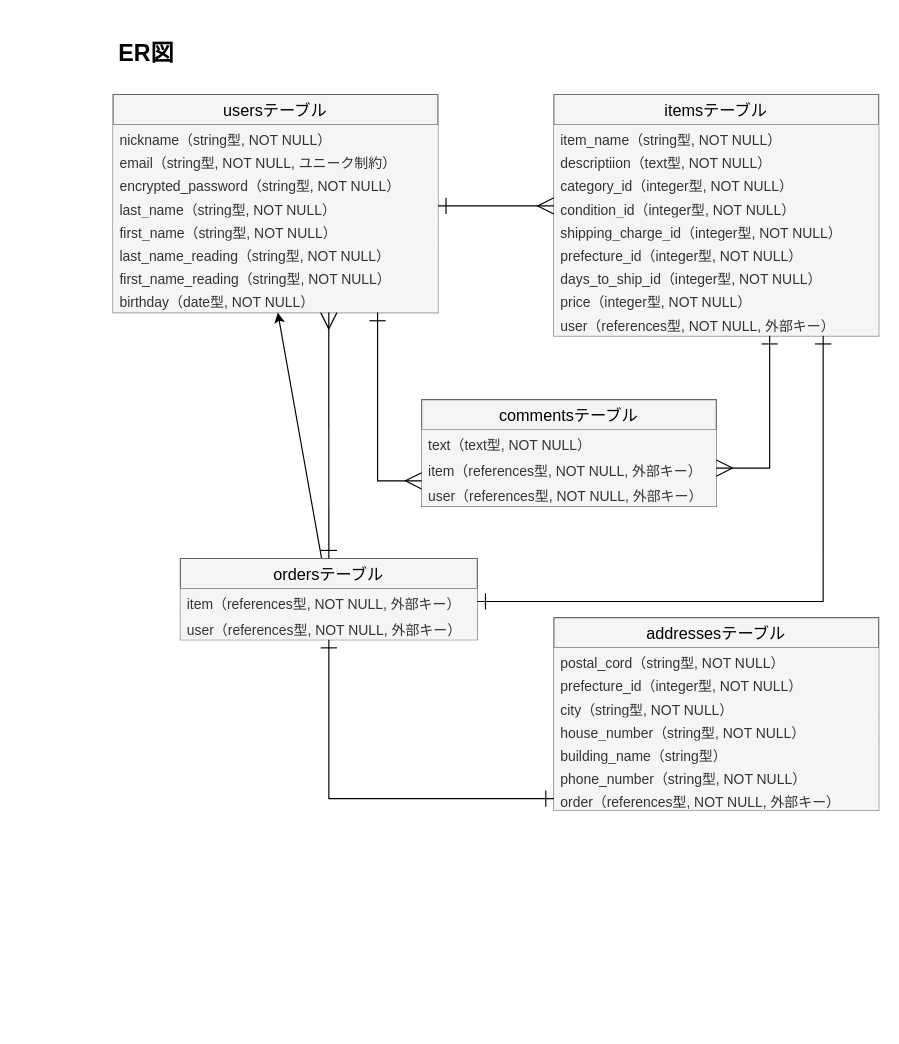
This is test.dio from yassboss/furima-37030, a draw.io file, before an edit. Source tidied: cells renumbered, new cells numbered last; positions are measured from the earlier drawing's top-left corner, leaving out a move shared by most shapes. Both pictures are drawn from the tidied source at 116%, with x=0, y=0 at pixel (113, 36).
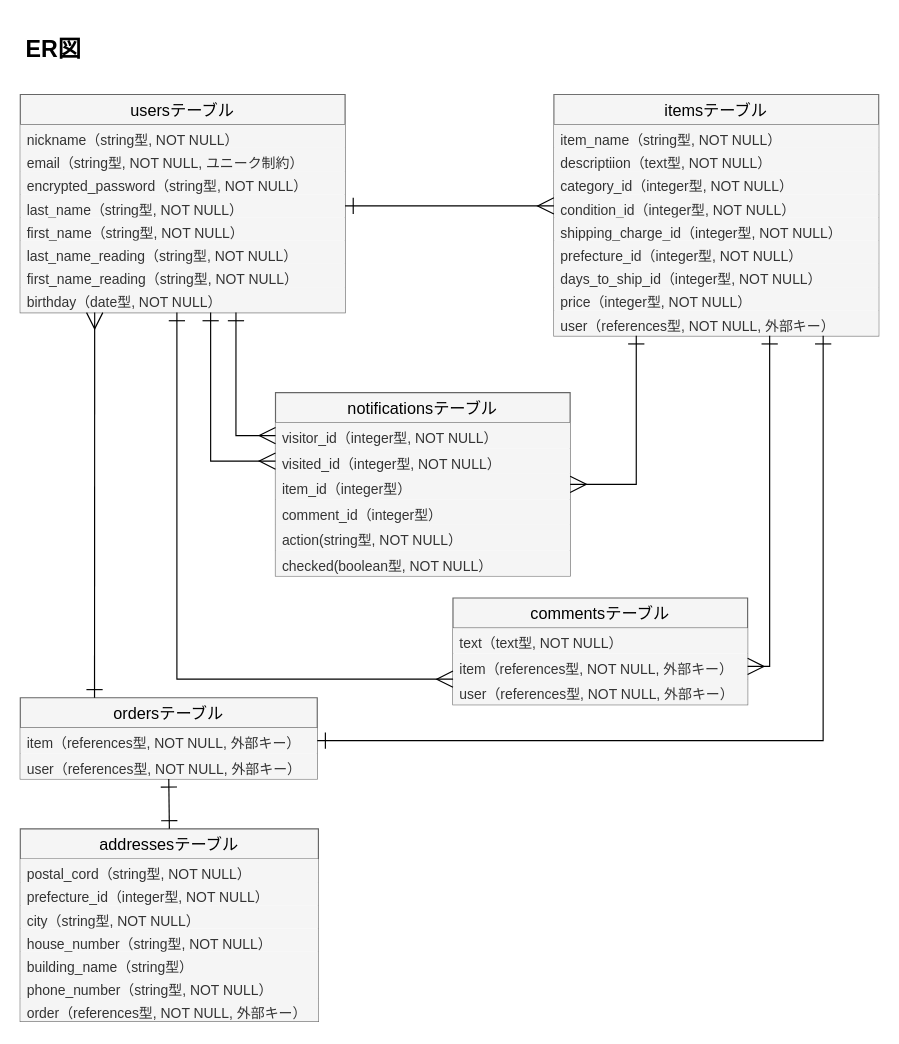
After the change.

Unchanged cells that the change refers to:
```xml
<mxCell id="11" value="user（references型, NOT NULL, 外部キー）" style="text;fillColor=#f5f5f5;spacingLeft=4;spacingRight=4;overflow=hidden;points=[[0,0.5],[1,0.5]];portConstraint=eastwest;fontSize=12;fontColor=#333333;" parent="2" vertex="1">
  <mxGeometry y="186" width="280" height="22" as="geometry" />
</mxCell>
<mxCell id="20" value="birthday（date型, NOT NULL）" style="text;fillColor=#f5f5f5;spacingLeft=4;spacingRight=4;overflow=hidden;points=[[0,0.5],[1,0.5]];portConstraint=eastwest;fontSize=12;fontColor=#333333;" parent="12" vertex="1">
  <mxGeometry y="166" width="280" height="22" as="geometry" />
</mxCell>
<mxCell id="23" value="item（references型, NOT NULL, 外部キー）" style="text;spacingLeft=4;spacingRight=4;overflow=hidden;points=[[0,0.5],[1,0.5]];portConstraint=eastwest;fontSize=12;fillColor=#f5f5f5;fontColor=#333333;" parent="22" vertex="1">
  <mxGeometry y="26" width="256" height="22" as="geometry" />
</mxCell>
<mxCell id="24" value="user（references型, NOT NULL, 外部キー）" style="text;fillColor=#f5f5f5;spacingLeft=4;spacingRight=4;overflow=hidden;points=[[0,0.5],[1,0.5]];portConstraint=eastwest;fontSize=12;fontColor=#333333;" parent="22" vertex="1">
  <mxGeometry y="48" width="256" height="22" as="geometry" />
</mxCell>
<mxCell id="40" value="item（references型, NOT NULL, 外部キー）" style="text;spacingLeft=4;spacingRight=4;overflow=hidden;points=[[0,0.5],[1,0.5]];portConstraint=eastwest;fontSize=12;fillColor=#f5f5f5;fontColor=#333333;" parent="38" vertex="1">
  <mxGeometry y="48" width="254" height="22" as="geometry" />
</mxCell>
```

What changed in the source:
```diff
@@
     <mxCell id="12" value="usersテーブル" style="swimlane;fontStyle=0;horizontal=1;startSize=26;align=center;fontSize=14;fillColor=#f5f5f5;strokeColor=#666666;fontColor=#000000;" parent="1" vertex="1">
-      <mxGeometry y="50" width="280" height="188" as="geometry" />
+      <mxGeometry x="-80" y="50" width="280" height="188" as="geometry" />
     </mxCell>
@@
-    <mxCell id="21" style="edgeStyle=none;html=1;" parent="1" edge="1" source="22" target="20">
-      <mxGeometry relative="1" as="geometry" />
-    </mxCell>
     <mxCell id="22" value="ordersテーブル" style="swimlane;fontStyle=0;horizontal=1;startSize=26;align=center;fontSize=14;fillColor=#f5f5f5;strokeColor=#666666;fontColor=#000000;" parent="1" vertex="1">
-      <mxGeometry x="58" y="450" width="256" height="70" as="geometry" />
+      <mxGeometry x="-80" y="570" width="256" height="70" as="geometry" />
     </mxCell>
@@
     <mxCell id="25" value="addressesテーブル" style="swimlane;fontStyle=0;horizontal=1;startSize=26;align=center;fontSize=14;fillColor=#f5f5f5;strokeColor=#666666;fontColor=#000000;" parent="1" vertex="1">
-      <mxGeometry x="380" y="501" width="280" height="166" as="geometry" />
+      <mxGeometry x="-80" y="683" width="257" height="166" as="geometry" />
     </mxCell>
     <mxCell id="26" value="postal_cord（string型, NOT NULL）" style="text;fillColor=#f5f5f5;spacingLeft=4;spacingRight=4;overflow=hidden;fontSize=12;fontColor=#333333;" parent="25" vertex="1">
-      <mxGeometry y="26" width="280" height="20" as="geometry" />
+      <mxGeometry y="26" width="257" height="20" as="geometry" />
     </mxCell>
     <mxCell id="27" value="prefecture_id（integer型, NOT NULL）" style="text;fillColor=#f5f5f5;spacingLeft=4;spacingRight=4;overflow=hidden;fontSize=12;fontColor=#333333;" parent="25" vertex="1">
-      <mxGeometry y="46" width="280" height="20" as="geometry" />
+      <mxGeometry y="46" width="257" height="20" as="geometry" />
     </mxCell>
     <mxCell id="28" value="city（string型, NOT NULL）" style="text;fillColor=#f5f5f5;spacingLeft=4;spacingRight=4;overflow=hidden;fontSize=12;fontColor=#333333;" parent="25" vertex="1">
-      <mxGeometry y="66" width="280" height="20" as="geometry" />
+      <mxGeometry y="66" width="257" height="20" as="geometry" />
     </mxCell>
     <mxCell id="29" value="house_number（string型, NOT NULL）" style="text;fillColor=#f5f5f5;spacingLeft=4;spacingRight=4;overflow=hidden;fontSize=12;fontColor=#333333;" parent="25" vertex="1">
-      <mxGeometry y="86" width="280" height="20" as="geometry" />
+      <mxGeometry y="86" width="257" height="20" as="geometry" />
     </mxCell>
     <mxCell id="30" value="building_name（string型）" style="text;fillColor=#f5f5f5;spacingLeft=4;spacingRight=4;overflow=hidden;fontSize=12;fontColor=#333333;" parent="25" vertex="1">
-      <mxGeometry y="106" width="280" height="20" as="geometry" />
+      <mxGeometry y="106" width="257" height="20" as="geometry" />
     </mxCell>
     <mxCell id="31" value="phone_number（string型, NOT NULL）" style="text;fillColor=#f5f5f5;spacingLeft=4;spacingRight=4;overflow=hidden;fontSize=12;fontColor=#333333;" parent="25" vertex="1">
-      <mxGeometry y="126" width="280" height="20" as="geometry" />
+      <mxGeometry y="126" width="257" height="20" as="geometry" />
     </mxCell>
     <mxCell id="32" value="order（references型, NOT NULL, 外部キー）" style="text;fillColor=#f5f5f5;spacingLeft=4;spacingRight=4;overflow=hidden;points=[[0,0.5],[1,0.5]];portConstraint=eastwest;fontSize=12;fontColor=#333333;" parent="25" vertex="1">
-      <mxGeometry y="146" width="280" height="20" as="geometry" />
+      <mxGeometry y="146" width="257" height="20" as="geometry" />
     </mxCell>
@@
-    <mxCell id="34" style="fontSize=12;html=1;endArrow=ERone;endFill=0;startSize=12;endSize=12;strokeWidth=1;startArrow=ERone;startFill=0;labelBorderColor=#000000;strokeColor=#000000;edgeStyle=orthogonalEdgeStyle;rounded=0;exitX=0;exitY=0.5;exitDx=0;exitDy=0;" parent="1" edge="1" source="32" target="24">
+    <mxCell id="34" style="fontSize=12;html=1;endArrow=ERone;endFill=0;startSize=12;endSize=12;strokeWidth=1;startArrow=ERone;startFill=0;labelBorderColor=#000000;strokeColor=#000000;edgeStyle=orthogonalEdgeStyle;rounded=0;exitX=0.5;exitY=0;exitDx=0;exitDy=0;entryX=0.5;entryY=1;entryDx=0;entryDy=0;" parent="1" edge="1" source="25" target="22">
       <mxGeometry relative="1" as="geometry">
         <Array as="points">
-          <mxPoint x="186" y="657" />
+          <mxPoint x="48" y="683" />
         </Array>
       </mxGeometry>
     </mxCell>
     <mxCell id="35" style="fontSize=12;html=1;endArrow=ERone;endFill=0;startSize=12;endSize=12;strokeWidth=1;rounded=0;startArrow=ERone;startFill=0;entryX=0.829;entryY=1;entryDx=0;entryDy=0;entryPerimeter=0;exitX=1;exitY=0.5;exitDx=0;exitDy=0;labelBackgroundColor=#000000;strokeColor=#000000;edgeStyle=orthogonalEdgeStyle;" parent="1" edge="1" source="23" target="11">
       <mxGeometry relative="1" as="geometry">
         <Array as="points">
-          <mxPoint x="612" y="487" />
+          <mxPoint x="612" y="607" />
         </Array>
       </mxGeometry>
     </mxCell>
     <mxCell id="36" value="&lt;h1 style=&quot;font-size: 20px&quot;&gt;ER図&lt;/h1&gt;" style="text;html=1;strokeColor=none;fillColor=none;spacing=5;spacingTop=-20;whiteSpace=wrap;overflow=hidden;rounded=0;fontColor=#000000;" parent="1" vertex="1">
-      <mxGeometry width="220" height="40" as="geometry" />
+      <mxGeometry x="-80" y="-4" width="220" height="40" as="geometry" />
     </mxCell>
-    <mxCell id="37" style="fontSize=12;html=1;endArrow=ERmany;rounded=0;entryX=0.664;entryY=1;entryDx=0;entryDy=0;endFill=0;startArrow=ERone;startFill=0;strokeColor=#000000;strokeWidth=1;endSize=12;startSize=12;entryPerimeter=0;" parent="1" edge="1" source="22" target="20">
+    <mxCell id="37" style="fontSize=12;html=1;endArrow=ERmany;rounded=0;entryX=0.229;entryY=1;entryDx=0;entryDy=0;endFill=0;startArrow=ERone;startFill=0;strokeColor=#000000;strokeWidth=1;endSize=12;startSize=12;entryPerimeter=0;exitX=0.25;exitY=0;exitDx=0;exitDy=0;" parent="1" edge="1" source="22" target="20">
       <mxGeometry relative="1" as="geometry" />
     </mxCell>
     <mxCell id="38" value="commentsテーブル" style="swimlane;fontStyle=0;horizontal=1;startSize=26;align=center;fontSize=14;fillColor=#f5f5f5;strokeColor=#666666;fontColor=#000000;" parent="1" vertex="1">
-      <mxGeometry x="266" y="313" width="254" height="92" as="geometry" />
+      <mxGeometry x="293" y="484" width="254" height="92" as="geometry" />
     </mxCell>
@@
-    <mxCell id="43" style="edgeStyle=orthogonalEdgeStyle;fontSize=12;html=1;endArrow=ERmany;rounded=0;endFill=0;strokeWidth=1;endSize=12;strokeColor=#000000;startArrow=ERone;startFill=0;startSize=12;entryX=0;entryY=1;entryDx=0;entryDy=0;entryPerimeter=0;" parent="1" edge="1" source="20" target="40">
+    <mxCell id="43" style="edgeStyle=orthogonalEdgeStyle;fontSize=12;html=1;endArrow=ERmany;rounded=0;endFill=0;strokeWidth=1;endSize=12;strokeColor=#000000;startArrow=ERone;startFill=0;startSize=12;entryX=0;entryY=1;entryDx=0;entryDy=0;entryPerimeter=0;" parent="1" edge="1" target="40">
       <mxGeometry relative="1" as="geometry">
+        <mxPoint x="55" y="238" as="sourcePoint" />
         <Array as="points">
-          <mxPoint x="228" y="383" />
+          <mxPoint x="55" y="554" />
         </Array>
       </mxGeometry>
     </mxCell>
+    <mxCell id="44" value="notificationsテーブル" style="swimlane;fontStyle=0;horizontal=1;startSize=26;align=center;fontSize=14;fillColor=#f5f5f5;strokeColor=#666666;fontColor=#000000;" parent="1" vertex="1">
+      <mxGeometry x="140" y="307" width="254" height="158" as="geometry" />
+    </mxCell>
+    <mxCell id="45" value="visitor_id（integer型, NOT NULL）" style="text;spacingLeft=4;spacingRight=4;overflow=hidden;points=[[0,0.5],[1,0.5]];portConstraint=eastwest;fontSize=12;fillColor=#f5f5f5;fontColor=#333333;" parent="44" vertex="1">
+      <mxGeometry y="26" width="254" height="22" as="geometry" />
+    </mxCell>
+    <mxCell id="46" value="visited_id（integer型, NOT NULL）" style="text;spacingLeft=4;spacingRight=4;overflow=hidden;points=[[0,0.5],[1,0.5]];portConstraint=eastwest;fontSize=12;fillColor=#f5f5f5;fontColor=#333333;" parent="44" vertex="1">
+      <mxGeometry y="48" width="254" height="22" as="geometry" />
+    </mxCell>
+    <mxCell id="47" value="item_id（integer型）" style="text;spacingLeft=4;spacingRight=4;overflow=hidden;fontSize=12;fillColor=#f5f5f5;fontColor=#333333;" parent="44" vertex="1">
+      <mxGeometry y="70" width="254" height="22" as="geometry" />
+    </mxCell>
+    <mxCell id="48" value="comment_id（integer型）" style="text;fillColor=#f5f5f5;spacingLeft=4;spacingRight=4;overflow=hidden;fontSize=12;fontColor=#333333;" parent="44" vertex="1">
+      <mxGeometry y="92" width="254" height="22" as="geometry" />
+    </mxCell>
+    <mxCell id="49" value="action(string型, NOT NULL）" style="text;fillColor=#f5f5f5;spacingLeft=4;spacingRight=4;overflow=hidden;fontSize=12;fontColor=#333333;" parent="44" vertex="1">
+      <mxGeometry y="114" width="254" height="22" as="geometry" />
+    </mxCell>
+    <mxCell id="50" value="checked(boolean型, NOT NULL）" style="text;fillColor=#f5f5f5;spacingLeft=4;spacingRight=4;overflow=hidden;fontSize=12;fontColor=#333333;" parent="44" vertex="1">
+      <mxGeometry y="136" width="254" height="22" as="geometry" />
+    </mxCell>
+    <mxCell id="51" style="edgeStyle=orthogonalEdgeStyle;fontSize=12;html=1;endArrow=ERmany;startArrow=ERone;endFill=0;startFill=0;strokeWidth=1;endSize=12;startSize=12;rounded=0;labelBorderColor=#000000;strokeColor=#000000;exitX=0.664;exitY=1;exitDx=0;exitDy=0;exitPerimeter=0;entryX=0;entryY=0.5;entryDx=0;entryDy=0;" parent="1" edge="1" source="20" target="45">
+      <mxGeometry relative="1" as="geometry">
+        <Array as="points">
+          <mxPoint x="106" y="344" />
+        </Array>
+      </mxGeometry>
+    </mxCell>
+    <mxCell id="52" style="edgeStyle=orthogonalEdgeStyle;fontSize=12;html=1;endArrow=ERmany;startArrow=ERone;endFill=0;startFill=0;strokeWidth=1;endSize=12;startSize=12;rounded=0;labelBorderColor=#000000;strokeColor=#000000;exitX=0.586;exitY=1;exitDx=0;exitDy=0;exitPerimeter=0;entryX=0;entryY=0.5;entryDx=0;entryDy=0;" parent="1" edge="1" source="20" target="46">
+      <mxGeometry relative="1" as="geometry">
+        <Array as="points">
+          <mxPoint x="84" y="366" />
+        </Array>
+      </mxGeometry>
+    </mxCell>
+    <mxCell id="53" style="edgeStyle=orthogonalEdgeStyle;fontSize=12;html=1;endArrow=ERmany;startArrow=ERone;endFill=0;startFill=0;strokeWidth=1;endSize=12;startSize=12;rounded=0;labelBorderColor=#000000;strokeColor=#000000;entryX=1;entryY=0.5;entryDx=0;entryDy=0;" parent="1" edge="1" source="11" target="44">
+      <mxGeometry relative="1" as="geometry">
+        <Array as="points">
+          <mxPoint x="451" y="386" />
+        </Array>
+      </mxGeometry>
+    </mxCell>
```
